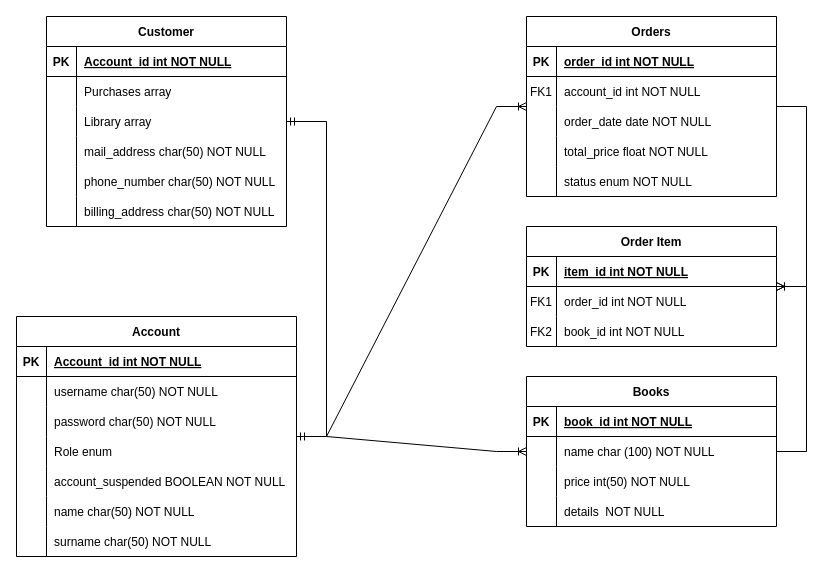
Above: page "ERD" (1 of 2) of documentation/ERD.drawio in TeoScardov/cloud-project-2024 (draw.io), before the change. Source tidied: cells renumbered, new cells numbered last; positions are measured from the earlier drawing's top-left corner, leaving out a move shared by most shapes. Both pictures are drawn from the tidied source at 100%, with x=0, y=0 at pixel (16, 16).
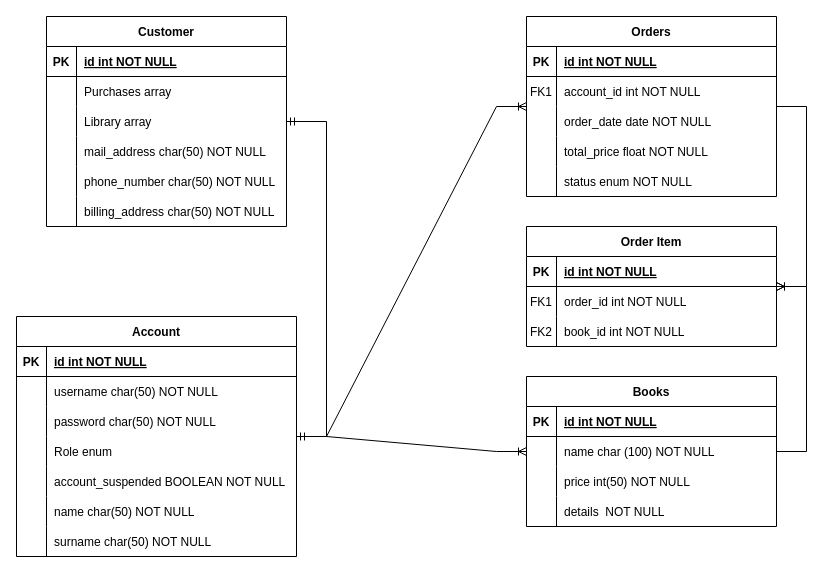
The same page after the edit.

The change refers to these unchanged cells:
```xml
<mxCell id="3" style="shape=partialRectangle;fillColor=none;top=0;left=0;right=0;bottom=1;" parent="2" vertex="1">
  <mxGeometry y="30" width="250" height="30" as="geometry" />
</mxCell>
<mxCell id="19" style="shape=partialRectangle;fillColor=none;top=0;left=0;right=0;bottom=1;" parent="18" vertex="1">
  <mxGeometry y="30" width="250" height="30" as="geometry" />
</mxCell>
<mxCell id="32" style="shape=partialRectangle;fillColor=none;top=0;left=0;right=0;bottom=1;" parent="31" vertex="1">
  <mxGeometry y="30" width="280" height="30" as="geometry" />
</mxCell>
<mxCell id="54" style="shape=partialRectangle;fillColor=none;top=0;left=0;right=0;bottom=1;" parent="53" vertex="1">
  <mxGeometry y="30" width="250" height="30" as="geometry" />
</mxCell>
<mxCell id="68" style="shape=partialRectangle;fillColor=none;top=0;left=0;right=0;bottom=1;" parent="67" vertex="1">
  <mxGeometry y="30" width="240" height="30" as="geometry" />
</mxCell>
```

Diff of the diagram source:
```diff
@@
-    <mxCell id="5" value="order_id int NOT NULL " style="shape=partialRectangle;overflow=hidden;fillColor=none;top=0;left=0;bottom=0;right=0;align=left;spacingLeft=6;fontStyle=5;" parent="3" vertex="1">
+    <mxCell id="5" value="id int NOT NULL " style="shape=partialRectangle;overflow=hidden;fillColor=none;top=0;left=0;bottom=0;right=0;align=left;spacingLeft=6;fontStyle=5;" parent="3" vertex="1">
       <mxGeometry x="30" width="220" height="30" as="geometry" />
     </mxCell>
@@
-    <mxCell id="21" value="book_id int NOT NULL " style="shape=partialRectangle;overflow=hidden;fillColor=none;top=0;left=0;bottom=0;right=0;align=left;spacingLeft=6;fontStyle=5;" parent="19" vertex="1">
+    <mxCell id="21" value="id int NOT NULL " style="shape=partialRectangle;overflow=hidden;fillColor=none;top=0;left=0;bottom=0;right=0;align=left;spacingLeft=6;fontStyle=5;" parent="19" vertex="1">
       <mxGeometry x="30" width="220" height="30" as="geometry" />
     </mxCell>
@@
-    <mxCell id="34" value="Account_id int NOT NULL " style="shape=partialRectangle;overflow=hidden;fillColor=none;top=0;left=0;bottom=0;right=0;align=left;spacingLeft=6;fontStyle=5;" parent="32" vertex="1">
+    <mxCell id="34" value="id int NOT NULL " style="shape=partialRectangle;overflow=hidden;fillColor=none;top=0;left=0;bottom=0;right=0;align=left;spacingLeft=6;fontStyle=5;" parent="32" vertex="1">
       <mxGeometry x="30" width="250" height="30" as="geometry" />
     </mxCell>
@@
-    <mxCell id="56" value="item_id int NOT NULL " style="shape=partialRectangle;overflow=hidden;fillColor=none;top=0;left=0;bottom=0;right=0;align=left;spacingLeft=6;fontStyle=5;" parent="54" vertex="1">
+    <mxCell id="56" value="id int NOT NULL " style="shape=partialRectangle;overflow=hidden;fillColor=none;top=0;left=0;bottom=0;right=0;align=left;spacingLeft=6;fontStyle=5;" parent="54" vertex="1">
       <mxGeometry x="30" width="220" height="30" as="geometry" />
     </mxCell>
@@
-    <mxCell id="70" value="Account_id int NOT NULL" style="shape=partialRectangle;overflow=hidden;fillColor=none;top=0;left=0;bottom=0;right=0;align=left;spacingLeft=6;fontStyle=5;" parent="68" vertex="1">
+    <mxCell id="70" value="id int NOT NULL" style="shape=partialRectangle;overflow=hidden;fillColor=none;top=0;left=0;bottom=0;right=0;align=left;spacingLeft=6;fontStyle=5;" parent="68" vertex="1">
       <mxGeometry x="30" width="210" height="30" as="geometry" />
     </mxCell>
```
